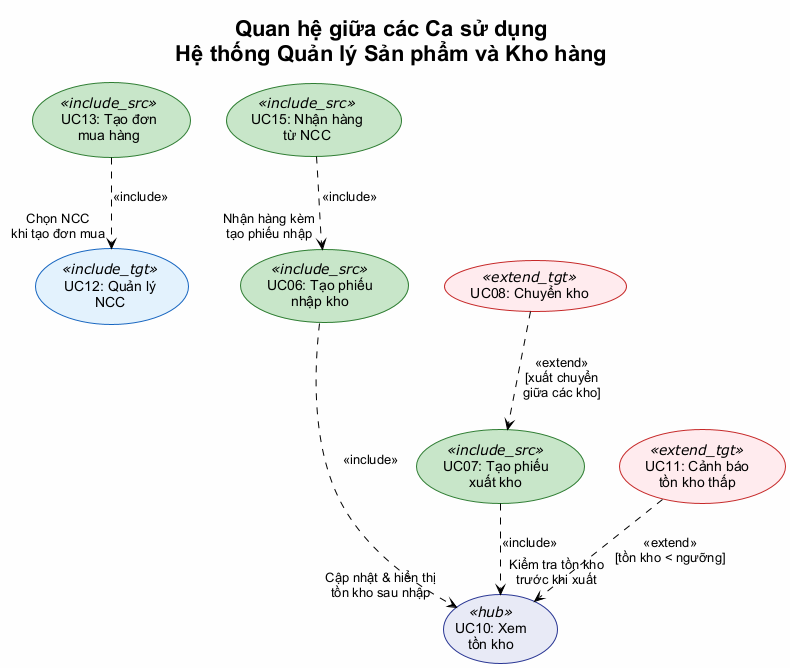
This is BTL-QuanLyKhoHang/diagrams/functional-model-uc-relations.png from vuhoabinh2416137/G8_Quanlysanphamvakhohang, a PlantUML export, as it was before one commit. Its diagram source:
```plantuml
@startuml functional-model-uc-relations
!theme plain
skinparam defaultFontName "Arial"
skinparam backgroundColor #FEFEFE
skinparam packageStyle rectangle

title Quan hệ giữa các Ca sử dụng\nHệ thống Quản lý Sản phẩm và Kho hàng

skinparam usecase {
    BackgroundColor<<include_src>> #C8E6C9
    BorderColor<<include_src>> #2E7D32

    BackgroundColor<<include_tgt>> #E3F2FD
    BorderColor<<include_tgt>> #1565C0

    BackgroundColor<<extend_src>> #FFF3E0
    BorderColor<<extend_src>> #EF6C00

    BackgroundColor<<extend_tgt>> #FFEBEE
    BorderColor<<extend_tgt>> #C62828

    BackgroundColor<<hub>> #E8EAF6
    BorderColor<<hub>> #283593
}

usecase "UC15: Nhận hàng\ntừ NCC" as UC15 <<include_src>>
usecase "UC06: Tạo phiếu\nnhập kho" as UC06 <<include_src>>
usecase "UC07: Tạo phiếu\nxuất kho" as UC07 <<include_src>>
usecase "UC13: Tạo đơn\nmua hàng" as UC13 <<include_src>>

usecase "UC10: Xem\ntồn kho" as UC10 <<hub>>
usecase "UC12: Quản lý\nNCC" as UC12 <<include_tgt>>

usecase "UC11: Cảnh báo\ntồn kho thấp" as UC11 <<extend_tgt>>
usecase "UC08: Chuyển kho" as UC08 <<extend_tgt>>

UC15 ..> UC06 : <<include>>\n"Nhận hàng kèm\ntạo phiếu nhập"

UC06 ..> UC10 : <<include>>\n"Cập nhật & hiển thị\ntồn kho sau nhập"

UC07 ..> UC10 : <<include>>\n"Kiểm tra tồn kho\ntrước khi xuất"

UC13 ..> UC12 : <<include>>\n"Chọn NCC\nkhi tạo đơn mua"

UC11 ..> UC10 : <<extend>>\n[tồn kho < ngưỡng]

UC08 ..> UC07 : <<extend>>\n[xuất chuyển\ngiữa các kho]

UC15 -[hidden]down- UC06
UC06 -[hidden]down- UC07
UC13 -[hidden]right- UC15

@enduml
```
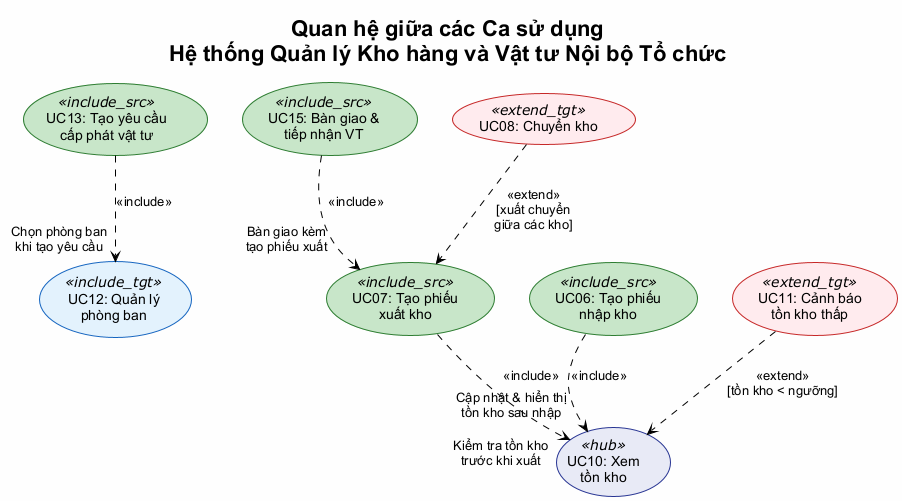
The same file after the commit.

What changed in the source:
```diff
@@ -4,7 +4,7 @@
 skinparam backgroundColor #FEFEFE
 skinparam packageStyle rectangle
 
-title Quan hệ giữa các Ca sử dụng\nHệ thống Quản lý Sản phẩm và Kho hàng
+title Quan hệ giữa các Ca sử dụng\nHệ thống Quản lý Kho hàng và Vật tư Nội bộ Tổ chức
 
 skinparam usecase {
     BackgroundColor<<include_src>> #C8E6C9
@@ -23,31 +23,31 @@
     BorderColor<<hub>> #283593
 }
 
-usecase "UC15: Nhận hàng\ntừ NCC" as UC15 <<include_src>>
+usecase "UC15: Bàn giao &\ntiếp nhận VT" as UC15 <<include_src>>
 usecase "UC06: Tạo phiếu\nnhập kho" as UC06 <<include_src>>
 usecase "UC07: Tạo phiếu\nxuất kho" as UC07 <<include_src>>
-usecase "UC13: Tạo đơn\nmua hàng" as UC13 <<include_src>>
+usecase "UC13: Tạo yêu cầu\ncấp phát vật tư" as UC13 <<include_src>>
 
 usecase "UC10: Xem\ntồn kho" as UC10 <<hub>>
-usecase "UC12: Quản lý\nNCC" as UC12 <<include_tgt>>
+usecase "UC12: Quản lý\nphòng ban" as UC12 <<include_tgt>>
 
 usecase "UC11: Cảnh báo\ntồn kho thấp" as UC11 <<extend_tgt>>
 usecase "UC08: Chuyển kho" as UC08 <<extend_tgt>>
 
-UC15 ..> UC06 : <<include>>\n"Nhận hàng kèm\ntạo phiếu nhập"
+UC15 ..> UC07 : <<include>>\n"Bàn giao kèm\ntạo phiếu xuất"
 
 UC06 ..> UC10 : <<include>>\n"Cập nhật & hiển thị\ntồn kho sau nhập"
 
 UC07 ..> UC10 : <<include>>\n"Kiểm tra tồn kho\ntrước khi xuất"
 
-UC13 ..> UC12 : <<include>>\n"Chọn NCC\nkhi tạo đơn mua"
+UC13 ..> UC12 : <<include>>\n"Chọn phòng ban\nkhi tạo yêu cầu"
 
 UC11 ..> UC10 : <<extend>>\n[tồn kho < ngưỡng]
 
 UC08 ..> UC07 : <<extend>>\n[xuất chuyển\ngiữa các kho]
 
-UC15 -[hidden]down- UC06
-UC06 -[hidden]down- UC07
+UC15 -[hidden]down- UC07
+UC06 -[hidden]down- UC10
 UC13 -[hidden]right- UC15
 
 @enduml
```
